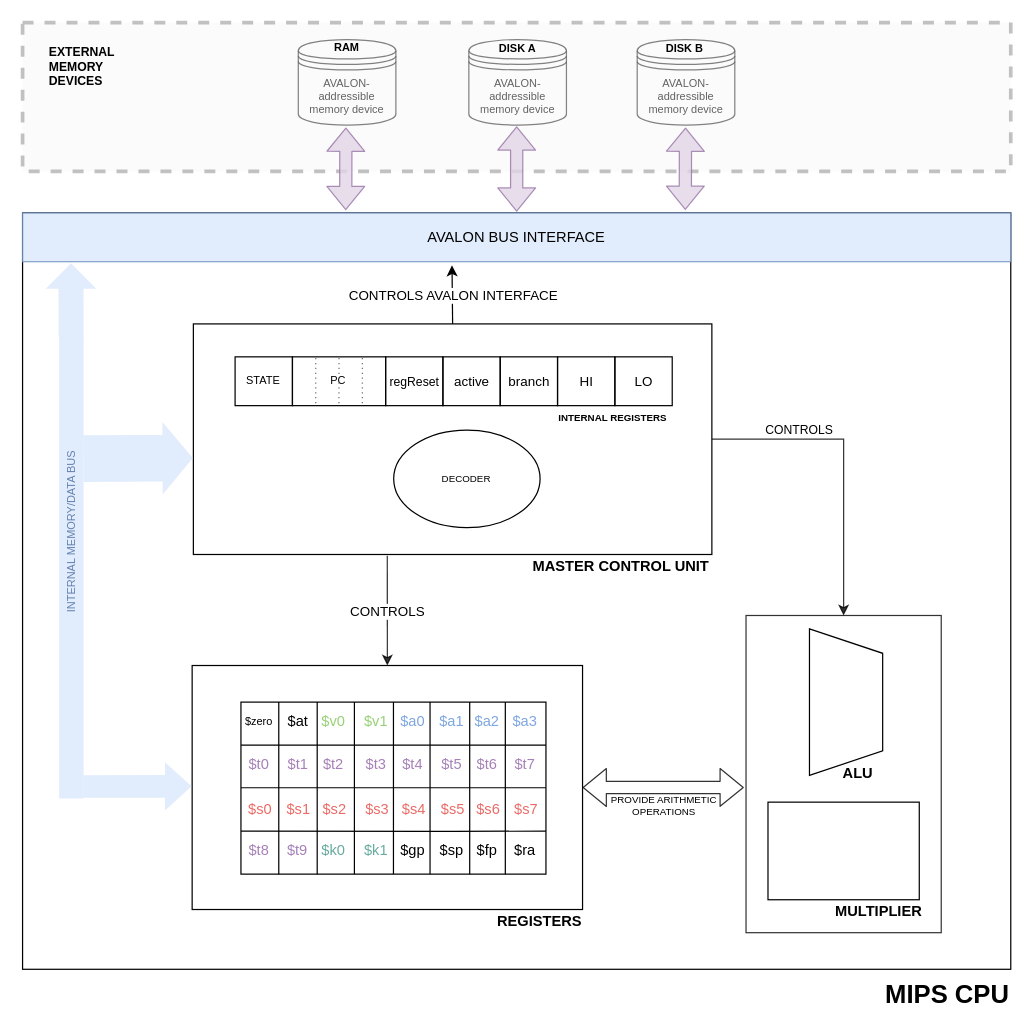
Before: docs/Architecture_Diagram.drawio in JosiahMendes/MIPS32-T501, a draw.io diagram. Source tidied: cells renumbered, new cells numbered last; positions are measured from the earlier drawing's top-left corner, leaving out a move shared by most shapes. Both pictures are drawn from the tidied source at 122%, with x=0, y=0 at pixel (-27, 22).
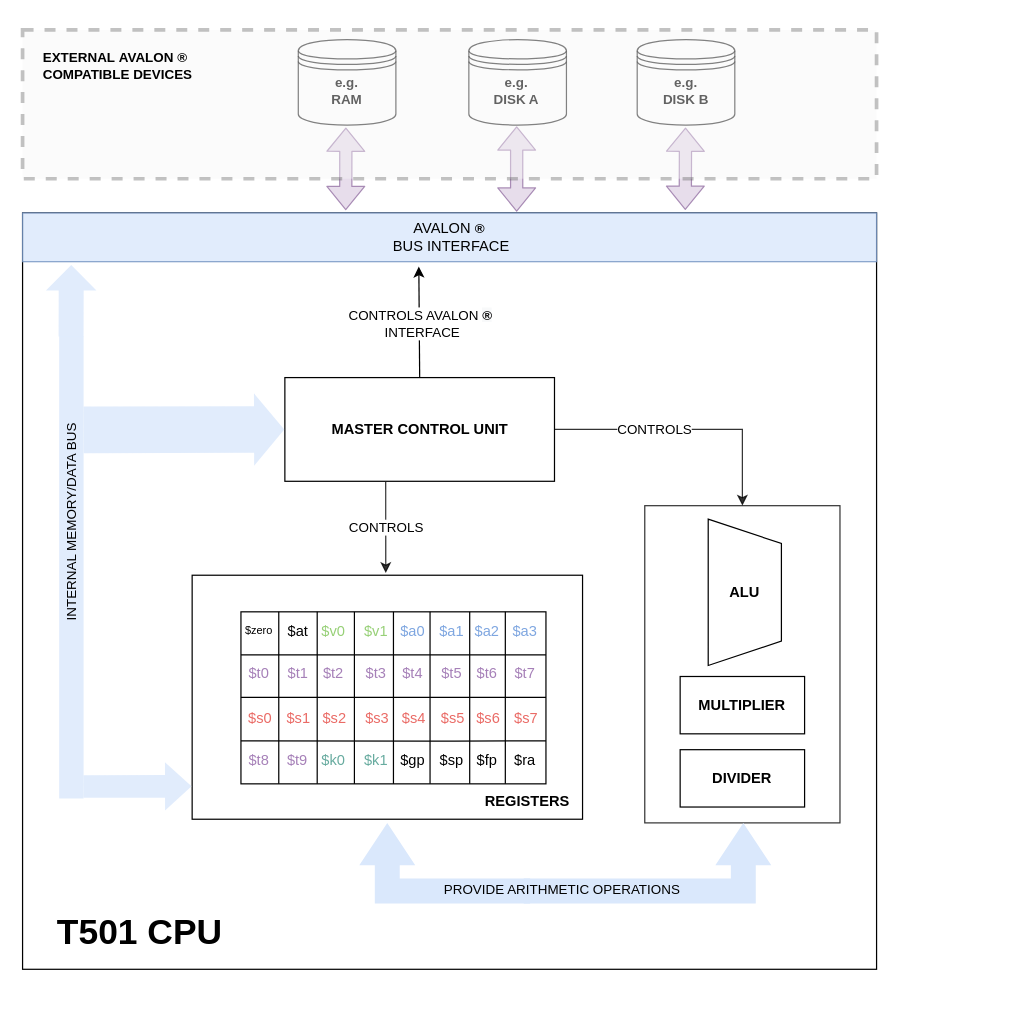
Above is the later version.

Commit message:
simplified diagram

Unchanged cells that the change refers to:
```xml
<mxCell id="9" style="group;" parent="7" vertex="1">
  <mxGeometry width="320" height="200" as="geometry" />
</mxCell>
<mxCell id="10" style="rounded=0;whiteSpace=wrap;html=1;glass=1;gradientColor=none;fontSize=9;fontColor=#67AB9F;fillColor=none;" parent="9" vertex="1">
  <mxGeometry width="320" height="200" as="geometry" />
</mxCell>
<mxCell id="56" style="edgeStyle=orthogonalEdgeStyle;rounded=0;jettySize=auto;html=1;exitX=1;exitY=0.5;exitDx=0;exitDy=0;entryX=0.5;entryY=0;entryDx=0;entryDy=0;targetPerimeterSpacing=0;strokeWidth=1;fontSize=10;fontColor=#000000;opacity=80;" parent="1" edge="1" source="57" target="88">
  <mxGeometry relative="1" as="geometry" />
</mxCell>
<mxCell id="75" style="rounded=0;whiteSpace=wrap;html=1;fontSize=9;opacity=80;align=right;fillColor=#dae8fc;strokeColor=none;" parent="1" vertex="1">
  <mxGeometry x="70" y="257" width="20" height="379" as="geometry" />
</mxCell>
<mxCell id="87" style="group;" parent="1" vertex="1">
  <mxGeometry x="633" y="486" width="160" height="260" as="geometry" />
</mxCell>
```

The edit, as a diff of the source:
```diff
@@
-    <mxCell id="2" value="&lt;span style=&quot;color: rgb(0 , 0 , 0)&quot;&gt;AVALON-addressible memory device&lt;/span&gt;" style="shape=datastore;whiteSpace=wrap;html=1;fillColor=#ffffff;fontSize=9;fontColor=#7EA6E0;opacity=80;align=center;" parent="1" vertex="1">
+    <mxCell id="2" style="shape=datastore;whiteSpace=wrap;html=1;fillColor=#ffffff;fontSize=9;fontColor=#7EA6E0;opacity=80;align=center;" parent="1" vertex="1">
       <mxGeometry x="266" y="14" width="80" height="70" as="geometry" />
     </mxCell>
-    <mxCell id="3" value="&lt;span style=&quot;color: rgb(0 , 0 , 0)&quot;&gt;AVALON-addressible memory device&lt;/span&gt;" style="shape=datastore;whiteSpace=wrap;html=1;fillColor=#ffffff;fontSize=9;fontColor=#7EA6E0;opacity=80;align=center;" parent="1" vertex="1">
+    <mxCell id="3" style="shape=datastore;whiteSpace=wrap;html=1;fillColor=#ffffff;fontSize=9;fontColor=#7EA6E0;opacity=80;align=center;" parent="1" vertex="1">
       <mxGeometry x="405.8" y="14" width="80" height="70" as="geometry" />
     </mxCell>
-    <mxCell id="4" value="&lt;span style=&quot;color: rgb(0 , 0 , 0)&quot;&gt;AVALON-addressible memory device&lt;/span&gt;" style="shape=datastore;whiteSpace=wrap;html=1;fillColor=#ffffff;fontSize=9;fontColor=#7EA6E0;opacity=80;align=center;" parent="1" vertex="1">
+    <mxCell id="4" style="shape=datastore;whiteSpace=wrap;html=1;fillColor=#ffffff;fontSize=9;fontColor=#7EA6E0;opacity=80;align=center;" parent="1" vertex="1">
       <mxGeometry x="543.8" y="14" width="80" height="70" as="geometry" />
     </mxCell>
-    <mxCell id="5" style="rounded=0;whiteSpace=wrap;html=1;fillColor=#f5f5f5;fontSize=10;fontColor=#333333;opacity=40;align=center;dashed=1;strokeWidth=3;strokeColor=#666666;" parent="1" vertex="1">
-      <mxGeometry x="40" width="810" height="122" as="geometry" />
-    </mxCell>
     <mxCell id="6" style="rounded=0;whiteSpace=wrap;html=1;glass=1;fillColor=none;gradientColor=none;fontSize=8;fontColor=#000000;" parent="1" vertex="1">
-      <mxGeometry x="40" y="156" width="810" height="620" as="geometry" />
+      <mxGeometry x="40" y="156" width="700" height="620" as="geometry" />
     </mxCell>
     <mxCell id="7" style="group;" parent="1" vertex="1">
-      <mxGeometry x="179" y="527" width="330" height="220" as="geometry" />
+      <mxGeometry x="179" y="453" width="330" height="220" as="geometry" />
     </mxCell>
-    <mxCell id="8" value="REGISTERS" style="text;html=1;strokeColor=none;fillColor=none;align=center;verticalAlign=middle;whiteSpace=wrap;rounded=0;fontStyle=1;" parent="7" vertex="1">
-      <mxGeometry x="240" y="200" width="90" height="20" as="geometry" />
-    </mxCell>
@@
+    <mxCell id="8" value="REGISTERS" style="text;html=1;strokeColor=none;fillColor=none;align=center;verticalAlign=middle;whiteSpace=wrap;rounded=0;fontStyle=1;" parent="9" vertex="1">
+      <mxGeometry x="230" y="176" width="90" height="20" as="geometry" />
+    </mxCell>
@@
+    <mxCell id="94" value="CONTROLS" style="edgeLabel;html=1;align=center;verticalAlign=middle;" parent="56" vertex="1">
+      <mxGeometry x="-0.25" relative="1" as="geometry" />
+    </mxCell>
     <mxCell id="57" style="rounded=0;whiteSpace=wrap;html=1;fillColor=none;" parent="1" vertex="1">
-      <mxGeometry x="180" y="247" width="425" height="189" as="geometry" />
+      <mxGeometry x="255" y="291" width="221" height="85" as="geometry" />
     </mxCell>
-    <mxCell id="58" value="MASTER CONTROL UNIT" style="text;html=1;strokeColor=none;fillColor=none;align=right;verticalAlign=middle;whiteSpace=wrap;rounded=0;fontStyle=1;" parent="1" vertex="1">
-      <mxGeometry x="435" y="436" width="170" height="20" as="geometry" />
+    <mxCell id="58" value="MASTER CONTROL UNIT" style="text;html=1;strokeColor=none;fillColor=none;align=center;verticalAlign=middle;whiteSpace=wrap;rounded=0;fontStyle=1;" parent="1" vertex="1">
+      <mxGeometry x="280.5" y="323.5" width="170" height="20" as="geometry" />
     </mxCell>
-    <mxCell id="59" value="INTERNAL REGISTERS" style="text;html=1;strokeColor=none;fillColor=none;align=center;verticalAlign=middle;whiteSpace=wrap;rounded=0;glass=1;fontSize=8;fontColor=#000000;fontStyle=1;" parent="1" vertex="1">
-      <mxGeometry x="464.2" y="314" width="120" height="20" as="geometry" />
-    </mxCell>
-    <mxCell id="60" value="DECODER" style="ellipse;whiteSpace=wrap;html=1;glass=1;fillColor=none;gradientColor=none;fontSize=8;fontColor=#000000;" parent="1" vertex="1">
-      <mxGeometry x="344.2" y="334" width="120" height="80" as="geometry" />
-    </mxCell>
-    <mxCell id="61" style="group;" parent="1" vertex="1">
-      <mxGeometry x="214.2" y="274" width="358.2" height="40" as="geometry" />
-    </mxCell>
-    <mxCell id="62" value="STATE" style="rounded=0;whiteSpace=wrap;html=1;glass=1;fillColor=none;gradientColor=none;fontSize=9;" parent="61" vertex="1">
-      <mxGeometry width="47" height="40" as="geometry" />
-    </mxCell>
-    <mxCell id="63" value="&lt;font style=&quot;font-size: 10px;&quot;&gt;regReset&lt;/font&gt;" style="rounded=0;whiteSpace=wrap;html=1;glass=1;fillColor=none;gradientColor=none;fontSize=10;" parent="61" vertex="1">
-      <mxGeometry x="123.4" width="47" height="40" as="geometry" />
-    </mxCell>
-    <mxCell id="64" value="&lt;font style=&quot;font-size: 11px;&quot;&gt;active&lt;/font&gt;" style="rounded=0;whiteSpace=wrap;html=1;glass=1;fillColor=none;gradientColor=none;fontSize=11;" parent="61" vertex="1">
-      <mxGeometry x="170.3" width="47" height="40" as="geometry" />
-    </mxCell>
-    <mxCell id="65" value="&lt;font style=&quot;font-size: 11px&quot;&gt;branch&lt;/font&gt;" style="rounded=0;whiteSpace=wrap;html=1;glass=1;fillColor=none;gradientColor=none;fontSize=11;" parent="61" vertex="1">
-      <mxGeometry x="217.3" width="47" height="40" as="geometry" />
-    </mxCell>
-    <mxCell id="66" style="group;" parent="61" vertex="1">
-      <mxGeometry x="47" width="76.4" height="40" as="geometry" />
-    </mxCell>
-    <mxCell id="67" value="PC" style="rounded=0;whiteSpace=wrap;html=1;glass=1;fillColor=none;gradientColor=none;fontSize=9;" parent="66" vertex="1">
-      <mxGeometry width="76.4" height="40" as="geometry" />
-    </mxCell>
-    <mxCell id="68" style="endArrow=none;dashed=1;html=1;dashPattern=1 3;strokeWidth=1;fontSize=7;fontColor=#000000;exitX=0.25;exitY=0;exitDx=0;exitDy=0;entryX=0.25;entryY=1;entryDx=0;entryDy=0;strokeColor=#6E6E6E;horizontal=1;" parent="66" edge="1">
-      <mxGeometry relative="1" as="geometry">
-        <mxPoint x="19.1" y="1" as="sourcePoint" />
-        <mxPoint x="19.1" y="41" as="targetPoint" />
-      </mxGeometry>
-    </mxCell>
-    <mxCell id="69" style="endArrow=none;dashed=1;html=1;dashPattern=1 3;strokeWidth=1;fontSize=7;fontColor=#000000;exitX=0.5;exitY=0;exitDx=0;exitDy=0;entryX=0.25;entryY=1;entryDx=0;entryDy=0;strokeColor=#6E6E6E;" parent="66" edge="1">
-      <mxGeometry relative="1" as="geometry">
-        <mxPoint x="38.2" y="1" as="sourcePoint" />
-        <mxPoint x="38.1" y="41" as="targetPoint" />
-      </mxGeometry>
-    </mxCell>
-    <mxCell id="70" style="endArrow=none;dashed=1;html=1;dashPattern=1 3;strokeWidth=1;fontSize=7;fontColor=#000000;exitX=0.75;exitY=0;exitDx=0;exitDy=0;entryX=0.75;entryY=1;entryDx=0;entryDy=0;strokeColor=#6E6E6E;" parent="66" edge="1">
-      <mxGeometry relative="1" as="geometry">
-        <mxPoint x="57.3" y="1" as="sourcePoint" />
-        <mxPoint x="57.3" y="41" as="targetPoint" />
-      </mxGeometry>
-    </mxCell>
-    <mxCell id="71" value="&lt;font style=&quot;font-size: 11px&quot;&gt;HI&lt;/font&gt;" style="rounded=0;whiteSpace=wrap;html=1;glass=1;fillColor=none;gradientColor=none;fontSize=11;" parent="61" vertex="1">
-      <mxGeometry x="264.3" width="47" height="40" as="geometry" />
-    </mxCell>
-    <mxCell id="72" value="&lt;font style=&quot;font-size: 11px&quot;&gt;LO&lt;/font&gt;" style="rounded=0;whiteSpace=wrap;html=1;glass=1;fillColor=none;gradientColor=none;fontSize=11;" parent="61" vertex="1">
-      <mxGeometry x="311.3" width="47" height="40" as="geometry" />
-    </mxCell>
-    <mxCell id="73" value="&lt;font style=&quot;font-size: 21px&quot;&gt;MIPS CPU&lt;/font&gt;" style="text;html=1;align=right;verticalAlign=middle;fillColor=none;strokeColor=none;rounded=0;fontStyle=1;" parent="1" vertex="1">
-      <mxGeometry x="730" y="786" width="120" height="20" as="geometry" />
+    <mxCell id="73" value="&lt;font style=&quot;font-size: 29px&quot;&gt;T501 CPU&lt;/font&gt;" style="text;html=1;align=right;verticalAlign=middle;fillColor=none;strokeColor=none;rounded=0;fontStyle=1;" parent="1" vertex="1">
+      <mxGeometry x="55" y="736" width="150" height="20" as="geometry" />
     </mxCell>
-    <mxCell id="74" value="AVALON BUS INTERFACE" style="rounded=0;whiteSpace=wrap;html=1;fillColor=#dae8fc;strokeColor=#6c8ebf;opacity=80;" parent="1" vertex="1">
-      <mxGeometry x="40" y="156" width="810" height="40" as="geometry" />
+    <mxCell id="74" value="AVALON&amp;nbsp;&lt;span style=&quot;font-size: 11px ; font-weight: bold ; text-align: left&quot;&gt;®&lt;/span&gt;&lt;br&gt;&amp;nbsp;BUS INTERFACE" style="rounded=0;whiteSpace=wrap;html=1;fillColor=#dae8fc;strokeColor=#6c8ebf;opacity=80;" parent="1" vertex="1">
+      <mxGeometry x="40" y="156" width="700" height="40" as="geometry" />
     </mxCell>
@@
-    <mxCell id="77" style="shape=flexArrow;endArrow=classic;html=1;strokeWidth=1;fontSize=9;fontColor=#004C99;fillColor=#dae8fc;entryX=0;entryY=0.5;entryDx=0;entryDy=0;opacity=80;strokeColor=none;width=38.285714285714285;endSize=7.92;exitX=0.977;exitY=0.265;exitDx=0;exitDy=0;exitPerimeter=0;" parent="1" edge="1" source="75">
-      <mxGeometry relative="1" as="geometry">
-        <mxPoint x="180" y="357" as="targetPoint" />
-      </mxGeometry>
+    <mxCell id="77" style="shape=flexArrow;endArrow=classic;html=1;strokeWidth=1;fontSize=9;fontColor=#004C99;fillColor=#dae8fc;entryX=0;entryY=0.5;entryDx=0;entryDy=0;opacity=80;strokeColor=none;width=38.285714285714285;endSize=7.92;exitX=0.86;exitY=1.004;exitDx=0;exitDy=0;exitPerimeter=0;" parent="1" edge="1" source="79" target="57">
+      <mxGeometry relative="1" as="geometry" />
     </mxCell>
-    <mxCell id="78" style="shape=flexArrow;endArrow=classic;html=1;strokeWidth=1;fontSize=9;fontColor=#004C99;fillColor=#dae8fc;opacity=80;strokeColor=none;width=20.46511627906977;endSize=6.6465116279069765;exitX=0.488;exitY=0.002;exitDx=0;exitDy=0;entryX=0.049;entryY=1.017;entryDx=0;entryDy=0;entryPerimeter=0;exitPerimeter=0;" parent="1" edge="1" source="75" target="74">
+    <mxCell id="78" style="shape=flexArrow;endArrow=classic;html=1;strokeWidth=1;fontSize=9;fontColor=#004C99;fillColor=#dae8fc;opacity=80;strokeColor=none;width=20.46511627906977;endSize=6.6465116279069765;exitX=0.488;exitY=0.002;exitDx=0;exitDy=0;entryX=0.057;entryY=0.068;entryDx=0;entryDy=0;entryPerimeter=0;exitPerimeter=0;" parent="1" edge="1" source="75" target="6">
       <mxGeometry relative="1" as="geometry" />
     </mxCell>
-    <mxCell id="79" value="INTERNAL MEMORY/DATA BUS" style="text;html=1;strokeColor=none;fillColor=none;align=center;verticalAlign=middle;whiteSpace=wrap;rounded=0;fontSize=9;opacity=80;rotation=-90;fontColor=#6382B0;" parent="1" vertex="1">
-      <mxGeometry y="408" width="160" height="19" as="geometry" />
+    <mxCell id="79" value="INTERNAL MEMORY/DATA BUS" style="text;html=1;strokeColor=none;fillColor=none;align=center;verticalAlign=middle;whiteSpace=wrap;rounded=0;fontSize=11;opacity=80;rotation=-90;" parent="1" vertex="1">
+      <mxGeometry x="-25" y="400" width="210" height="19" as="geometry" />
     </mxCell>
@@
-    <mxCell id="83" value="&lt;font color=&quot;#000000&quot;&gt;RAM&lt;/font&gt;" style="text;html=1;strokeColor=none;fillColor=none;align=center;verticalAlign=middle;whiteSpace=wrap;rounded=0;fontSize=9;fontColor=#7EA6E0;opacity=80;fontStyle=1;" parent="1" vertex="1">
-      <mxGeometry x="286.2" y="11" width="40" height="20" as="geometry" />
+    <mxCell id="83" value="&lt;font color=&quot;#000000&quot; style=&quot;font-size: 11px;&quot;&gt;e.g. RAM&lt;/font&gt;" style="text;html=1;strokeColor=none;fillColor=none;align=center;verticalAlign=middle;whiteSpace=wrap;rounded=0;fontSize=11;fontColor=#7EA6E0;opacity=80;fontStyle=1;" parent="1" vertex="1">
+      <mxGeometry x="286" y="46" width="40" height="20" as="geometry" />
     </mxCell>
-    <mxCell id="84" value="&lt;font color=&quot;#000000&quot;&gt;DISK A&lt;/font&gt;" style="text;html=1;strokeColor=none;fillColor=none;align=center;verticalAlign=middle;whiteSpace=wrap;rounded=0;fontSize=9;fontColor=#7EA6E0;opacity=80;fontStyle=1;" parent="1" vertex="1">
-      <mxGeometry x="426.2" y="12" width="40" height="20" as="geometry" />
+    <mxCell id="84" value="&lt;font color=&quot;#000000&quot; style=&quot;font-size: 11px&quot;&gt;e.g. DISK A&lt;/font&gt;" style="text;html=1;strokeColor=none;fillColor=none;align=center;verticalAlign=middle;whiteSpace=wrap;rounded=0;fontSize=11;fontColor=#7EA6E0;opacity=80;fontStyle=1;" parent="1" vertex="1">
+      <mxGeometry x="422.9" y="46" width="44.2" height="20" as="geometry" />
     </mxCell>
-    <mxCell id="85" value="&lt;font color=&quot;#000000&quot;&gt;DISK B&lt;/font&gt;" style="text;html=1;strokeColor=none;fillColor=none;align=center;verticalAlign=middle;whiteSpace=wrap;rounded=0;fontSize=9;fontColor=#7EA6E0;opacity=80;fontStyle=1;" parent="1" vertex="1">
-      <mxGeometry x="563" y="12" width="40" height="20" as="geometry" />
+    <mxCell id="85" value="&lt;font color=&quot;#000000&quot; style=&quot;font-size: 11px;&quot;&gt;e.g.&lt;br style=&quot;font-size: 11px;&quot;&gt;DISK B&lt;/font&gt;" style="text;html=1;strokeColor=none;fillColor=none;align=center;verticalAlign=middle;whiteSpace=wrap;rounded=0;fontSize=11;fontColor=#7EA6E0;opacity=80;fontStyle=1;" parent="1" vertex="1">
+      <mxGeometry x="563.8" y="46" width="40" height="20" as="geometry" />
     </mxCell>
-    <mxCell id="86" value="PROVIDE ARITHMETIC&lt;br&gt;OPERATIONS" style="text;html=1;strokeColor=none;fillColor=none;align=center;verticalAlign=middle;whiteSpace=wrap;rounded=0;fontSize=8;opacity=80;rotation=0;" parent="1" vertex="1">
-      <mxGeometry x="476" y="632" width="180" height="20" as="geometry" />
-    </mxCell>
@@
+    <mxCell id="100" style="group;" parent="87" vertex="1">
+      <mxGeometry x="-83" y="-90" width="160" height="260" as="geometry" />
+    </mxCell>
-    <mxCell id="88" style="rounded=0;whiteSpace=wrap;html=1;fontSize=8;fontColor=#000000;opacity=80;align=center;fillColor=none;" parent="87" vertex="1">
+    <mxCell id="88" style="rounded=0;whiteSpace=wrap;html=1;fontSize=8;fontColor=#000000;opacity=80;align=center;fillColor=none;" parent="100" vertex="1">
       <mxGeometry width="160" height="260" as="geometry" />
     </mxCell>
-    <mxCell id="89" style="shape=trapezoid;perimeter=trapezoidPerimeter;whiteSpace=wrap;html=1;fixedSize=1;fillColor=none;rotation=90;" parent="87" vertex="1">
+    <mxCell id="89" style="shape=trapezoid;perimeter=trapezoidPerimeter;whiteSpace=wrap;html=1;fixedSize=1;fillColor=none;rotation=90;" parent="100" vertex="1">
       <mxGeometry x="22" y="41" width="120" height="60" as="geometry" />
     </mxCell>
-    <mxCell id="90" value="&lt;b&gt;ALU&lt;/b&gt;" style="text;html=1;strokeColor=none;fillColor=none;align=center;verticalAlign=middle;whiteSpace=wrap;rounded=0;" parent="87" vertex="1">
-      <mxGeometry x="72" y="120" width="40" height="20" as="geometry" />
+    <mxCell id="90" value="&lt;b&gt;ALU&lt;/b&gt;" style="text;html=1;strokeColor=none;fillColor=none;align=center;verticalAlign=middle;whiteSpace=wrap;rounded=0;" parent="100" vertex="1">
+      <mxGeometry x="62" y="61" width="40" height="20" as="geometry" />
     </mxCell>
-    <mxCell id="91" style="rounded=0;whiteSpace=wrap;html=1;fillColor=none;" parent="87" vertex="1">
-      <mxGeometry x="18" y="153" width="124" height="80" as="geometry" />
+    <mxCell id="91" style="rounded=0;whiteSpace=wrap;html=1;fillColor=none;" parent="100" vertex="1">
+      <mxGeometry x="29" y="140" width="102" height="47" as="geometry" />
     </mxCell>
-    <mxCell id="92" value="MULTIPLIER" style="text;html=1;strokeColor=none;fillColor=none;align=center;verticalAlign=middle;whiteSpace=wrap;rounded=0;fontStyle=1;" parent="87" vertex="1">
-      <mxGeometry x="64.1" y="233" width="90" height="20" as="geometry" />
+    <mxCell id="92" value="MULTIPLIER" style="text;html=1;strokeColor=none;fillColor=none;align=center;verticalAlign=middle;whiteSpace=wrap;rounded=0;fontStyle=1;" parent="100" vertex="1">
+      <mxGeometry x="35" y="153.5" width="90" height="20" as="geometry" />
     </mxCell>
-    <mxCell id="93" style="shape=flexArrow;endArrow=classic;startArrow=classic;html=1;strokeWidth=1;fontSize=8;fontColor=#000000;opacity=80;exitX=1;exitY=0.5;exitDx=0;exitDy=0;entryX=-0.011;entryY=0.542;entryDx=0;entryDy=0;entryPerimeter=0;" parent="1" edge="1" source="10" target="88">
-      <mxGeometry relative="1" as="geometry" />
-    </mxCell>
-    <mxCell id="94" value="CONTROLS" style="text;html=1;strokeColor=none;fillColor=none;align=center;verticalAlign=middle;whiteSpace=wrap;rounded=0;fontSize=10;fontColor=#000000;opacity=80;rotation=0;" parent="1" vertex="1">
-      <mxGeometry x="657" y="324" width="40" height="20" as="geometry" />
-    </mxCell>
+    <mxCell id="101" style="rounded=0;whiteSpace=wrap;html=1;fillColor=none;" parent="100" vertex="1">
+      <mxGeometry x="29" y="200" width="102" height="47" as="geometry" />
+    </mxCell>
+    <mxCell id="102" value="DIVIDER" style="text;html=1;strokeColor=none;fillColor=none;align=center;verticalAlign=middle;whiteSpace=wrap;rounded=0;fontStyle=1;" parent="100" vertex="1">
+      <mxGeometry x="35" y="213.5" width="90" height="20" as="geometry" />
+    </mxCell>
-    <mxCell id="95" style="endArrow=classic;html=1;strokeWidth=1;fontSize=10;fontColor=#000000;opacity=80;exitX=0.374;exitY=1.006;exitDx=0;exitDy=0;entryX=0.5;entryY=0;entryDx=0;entryDy=0;exitPerimeter=0;" parent="1" edge="1" source="57" target="10">
+    <mxCell id="95" style="endArrow=classic;html=1;strokeWidth=1;fontSize=10;fontColor=#000000;opacity=80;exitX=0.374;exitY=1.006;exitDx=0;exitDy=0;entryX=0.496;entryY=-0.009;entryDx=0;entryDy=0;exitPerimeter=0;entryPerimeter=0;" parent="1" edge="1" source="57" target="10">
       <mxGeometry relative="1" as="geometry" />
     </mxCell>
@@
-    <mxCell id="97" value="EXTERNAL MEMORY DEVICES" style="text;html=1;strokeColor=none;fillColor=none;align=left;verticalAlign=middle;whiteSpace=wrap;rounded=0;dashed=1;fontSize=10;fontColor=#000000;opacity=40;fontStyle=1;" parent="1" vertex="1">
-      <mxGeometry x="60" y="6" width="90" height="60" as="geometry" />
-    </mxCell>
-    <mxCell id="98" style="endArrow=classic;html=1;fontColor=#6382B0;exitX=0.5;exitY=0;exitDx=0;exitDy=0;" parent="1" edge="1" source="57">
-      <mxGeometry relative="1" as="geometry">
-        <mxPoint x="392" y="199" as="targetPoint" />
-      </mxGeometry>
+    <mxCell id="98" style="endArrow=classic;html=1;fontColor=#6382B0;exitX=0.5;exitY=0;exitDx=0;exitDy=0;entryX=0.464;entryY=0.071;entryDx=0;entryDy=0;entryPerimeter=0;" parent="1" edge="1" source="57" target="6">
+      <mxGeometry relative="1" as="geometry" />
     </mxCell>
-    <mxCell id="99" value="CONTROLS AVALON INTERFACE" style="edgeLabel;html=1;align=center;verticalAlign=middle;" parent="98" vertex="1">
+    <mxCell id="99" value="CONTROLS AVALON&amp;nbsp;&lt;span style=&quot;font-weight: bold ; text-align: left ; background-color: rgb(248 , 249 , 250)&quot;&gt;®&lt;/span&gt;&lt;br&gt;&amp;nbsp;INTERFACE" style="edgeLabel;html=1;align=center;verticalAlign=middle;" parent="98" vertex="1">
       <mxGeometry relative="1" as="geometry" />
     </mxCell>
+    <mxCell id="5" style="rounded=0;whiteSpace=wrap;html=1;fillColor=#f5f5f5;fontSize=10;fontColor=#333333;opacity=40;align=center;dashed=1;strokeWidth=3;strokeColor=#666666;" parent="1" vertex="1">
+      <mxGeometry x="40" y="6" width="700" height="122" as="geometry" />
+    </mxCell>
+    <mxCell id="97" value="EXTERNAL&amp;nbsp;AVALON ® COMPATIBLE DEVICES" style="text;html=1;strokeColor=none;fillColor=none;align=left;verticalAlign=middle;whiteSpace=wrap;rounded=0;dashed=1;fontSize=11;fontColor=#000000;opacity=40;fontStyle=1;" parent="1" vertex="1">
+      <mxGeometry x="55" y="6" width="130" height="60" as="geometry" />
+    </mxCell>
+    <mxCell id="103" style="html=1;shadow=0;dashed=0;align=center;verticalAlign=middle;shape=mxgraph.arrows2.bendArrow;dy=10.21;dx=34.71;notch=0;arrowHead=45.86;rounded=0;fontSize=11;rotation=-90;fillColor=#dae8fc;strokeColor=none;" parent="1" vertex="1">
+      <mxGeometry x="353" y="619" width="66" height="140" as="geometry" />
+    </mxCell>
+    <mxCell id="104" style="html=1;shadow=0;dashed=0;align=center;verticalAlign=middle;shape=mxgraph.arrows2.bendArrow;dy=10.21;dx=34.71;notch=0;arrowHead=45.86;rounded=0;fontSize=11;rotation=-90;fillColor=#dae8fc;strokeColor=none;flipH=0;flipV=1;" parent="1" vertex="1">
+      <mxGeometry x="519.2" y="587.5" width="66" height="203" as="geometry" />
+    </mxCell>
+    <mxCell id="86" value="PROVIDE ARITHMETIC&amp;nbsp;OPERATIONS" style="text;html=1;strokeColor=none;fillColor=none;align=center;verticalAlign=middle;whiteSpace=wrap;rounded=0;fontSize=11;opacity=80;rotation=0;" parent="1" vertex="1">
+      <mxGeometry x="270" y="701" width="425.2" height="20" as="geometry" />
+    </mxCell>
```
